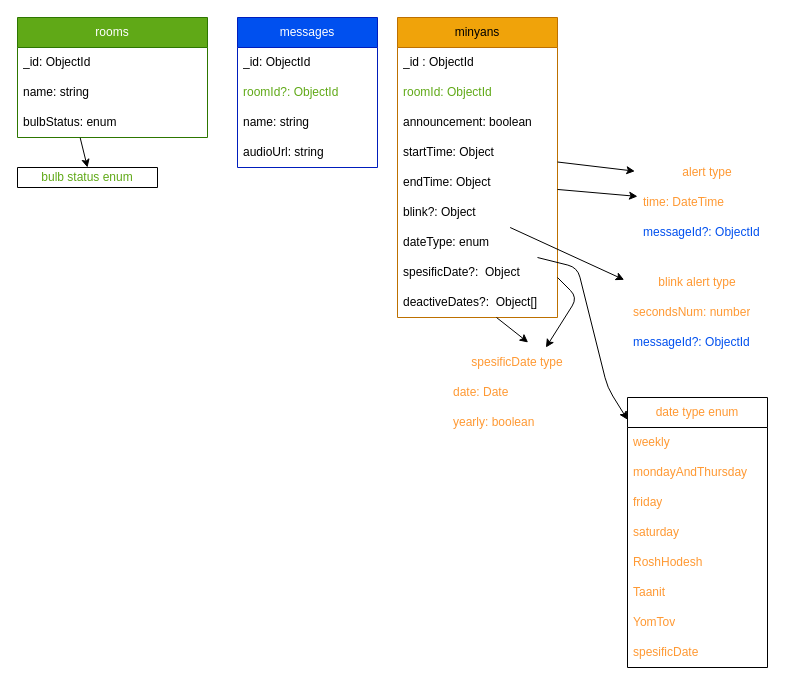
Above: server/schema-plan.drawio in n-b-solutions/hershul (draw.io), before the change. Source tidied: cells renumbered, new cells numbered last; positions are measured from the earlier drawing's top-left corner, leaving out a move shared by most shapes. Both pictures are drawn from the tidied source at 100%, with x=0, y=0 at pixel (17, 17).
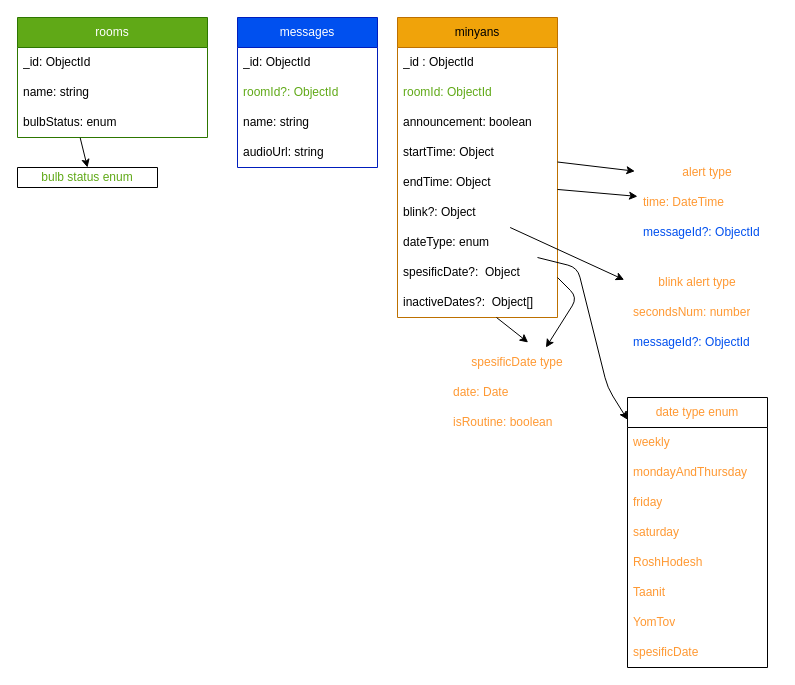
The same diagram, later.

Commit message:
update schema plan

Unchanged cells that the change refers to:
```xml
<mxCell id="6" value="minyans" style="swimlane;fontStyle=0;horizontal=1;startSize=30;whiteSpace=wrap;html=1;fillColor=#f0a30a;fontColor=#000000;strokeColor=#BD7000;" parent="1" vertex="1">
  <mxGeometry x="380" width="160" height="300" as="geometry" />
</mxCell>
<mxCell id="42" value="spesificDate type" style="swimlane;fontStyle=0;horizontal=1;startSize=30;whiteSpace=wrap;html=1;labelBackgroundColor=none;strokeColor=#FFFFFF;fontColor=#FF9933;fillColor=none;" parent="1" vertex="1">
  <mxGeometry x="430" y="330" width="140" height="90" as="geometry" />
</mxCell>
```

Change to the diagram source:
```diff
@@
-    <mxCell id="15" value="deactiveDates?:&amp;nbsp; Object[]" style="text;strokeColor=none;fillColor=none;align=left;verticalAlign=middle;spacingLeft=4;spacingRight=4;overflow=hidden;points=[[0,0.5],[1,0.5]];portConstraint=eastwest;whiteSpace=wrap;html=1;" parent="6" vertex="1">
+    <mxCell id="15" value="inactiveDates?:&amp;nbsp; Object[]" style="text;strokeColor=none;fillColor=none;align=left;verticalAlign=middle;spacingLeft=4;spacingRight=4;overflow=hidden;points=[[0,0.5],[1,0.5]];portConstraint=eastwest;whiteSpace=wrap;html=1;" parent="6" vertex="1">
       <mxGeometry y="270" width="160" height="30" as="geometry" />
     </mxCell>
@@
-    <mxCell id="44" value="yearly: boolean" style="text;strokeColor=none;fillColor=none;align=left;verticalAlign=middle;spacingLeft=4;spacingRight=4;overflow=hidden;whiteSpace=wrap;html=1;labelBackgroundColor=none;fontColor=#FF9933;" parent="42" vertex="1">
+    <mxCell id="44" value="isRoutine: boolean" style="text;strokeColor=none;fillColor=none;align=left;verticalAlign=middle;spacingLeft=4;spacingRight=4;overflow=hidden;whiteSpace=wrap;html=1;labelBackgroundColor=none;fontColor=#FF9933;" parent="42" vertex="1">
       <mxGeometry y="60" width="140" height="30" as="geometry" />
     </mxCell>
```
